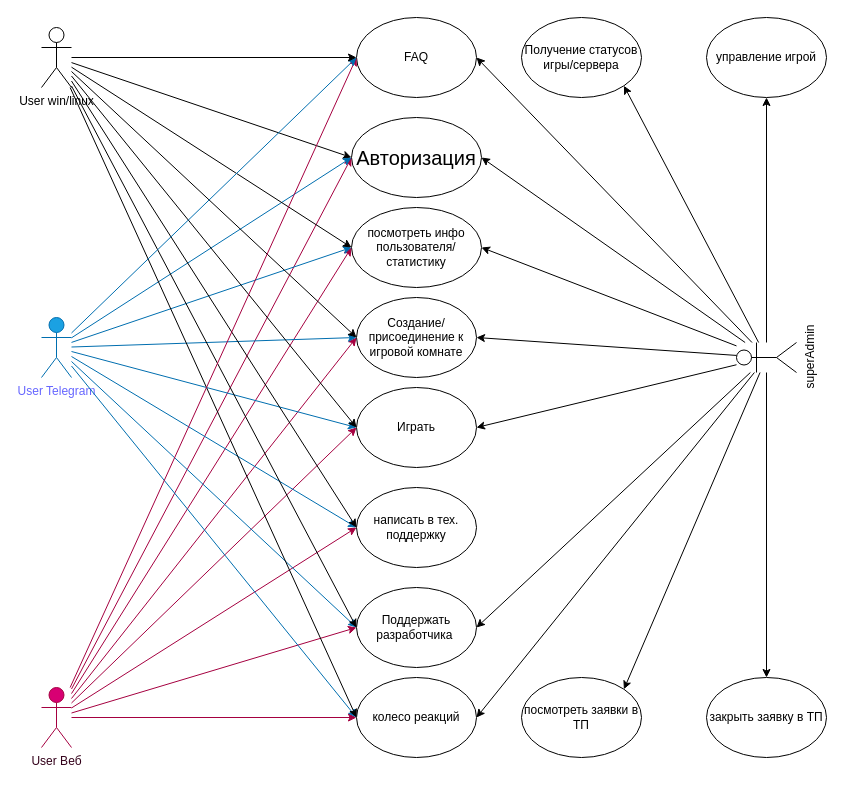
The draw.io diagram useCase.drawio in Nikita1234678/Jeu_De_Dames_diplom_work, before the edit. Source tidied: cells renumbered, new cells numbered last; positions are measured from the earlier drawing's top-left corner, leaving out a move shared by most shapes. Both pictures are drawn from the tidied source at 100%, with x=0, y=0 at pixel (41, 17).
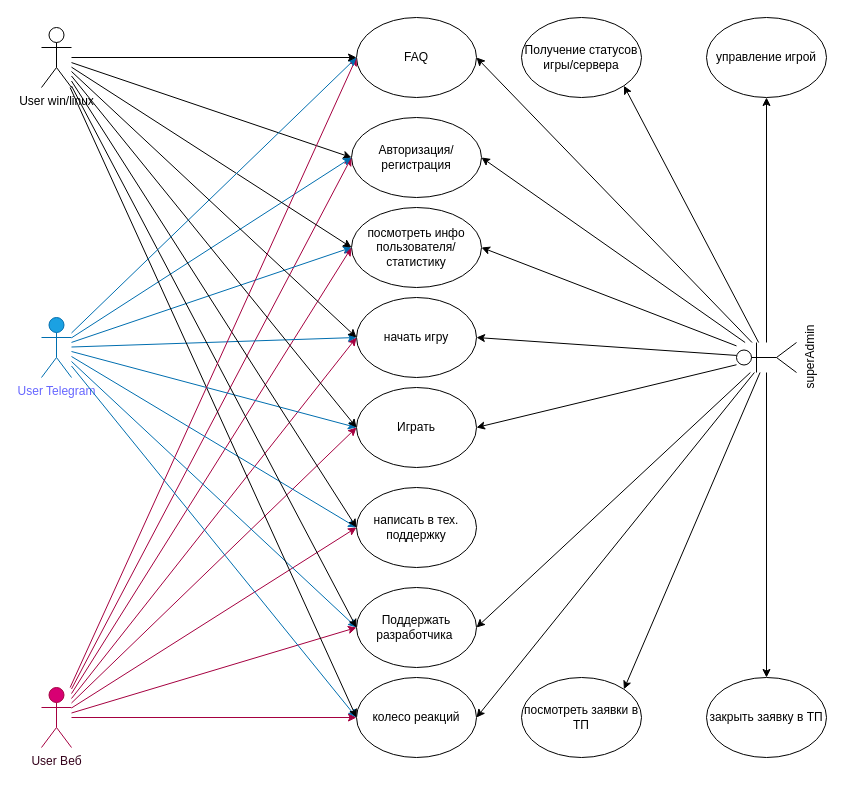
After the change.

Diff of the diagram source:
```diff
@@
-    <mxCell id="5" value="Авторизация" style="ellipse;whiteSpace=wrap;html=1;fontSize=20;" parent="1" vertex="1">
+    <mxCell id="5" value="Авторизация/ регистрация" style="ellipse;whiteSpace=wrap;html=1;fontSize=12;" parent="1" vertex="1">
       <mxGeometry x="310" y="100" width="130" height="80" as="geometry" />
     </mxCell>
@@
-    <mxCell id="11" value="Создание/присоединение к игровой комнате" style="ellipse;whiteSpace=wrap;html=1;" parent="1" vertex="1">
+    <mxCell id="11" value="начать игру" style="ellipse;whiteSpace=wrap;html=1;" parent="1" vertex="1">
       <mxGeometry x="315" y="280" width="120" height="80" as="geometry" />
     </mxCell>
```
